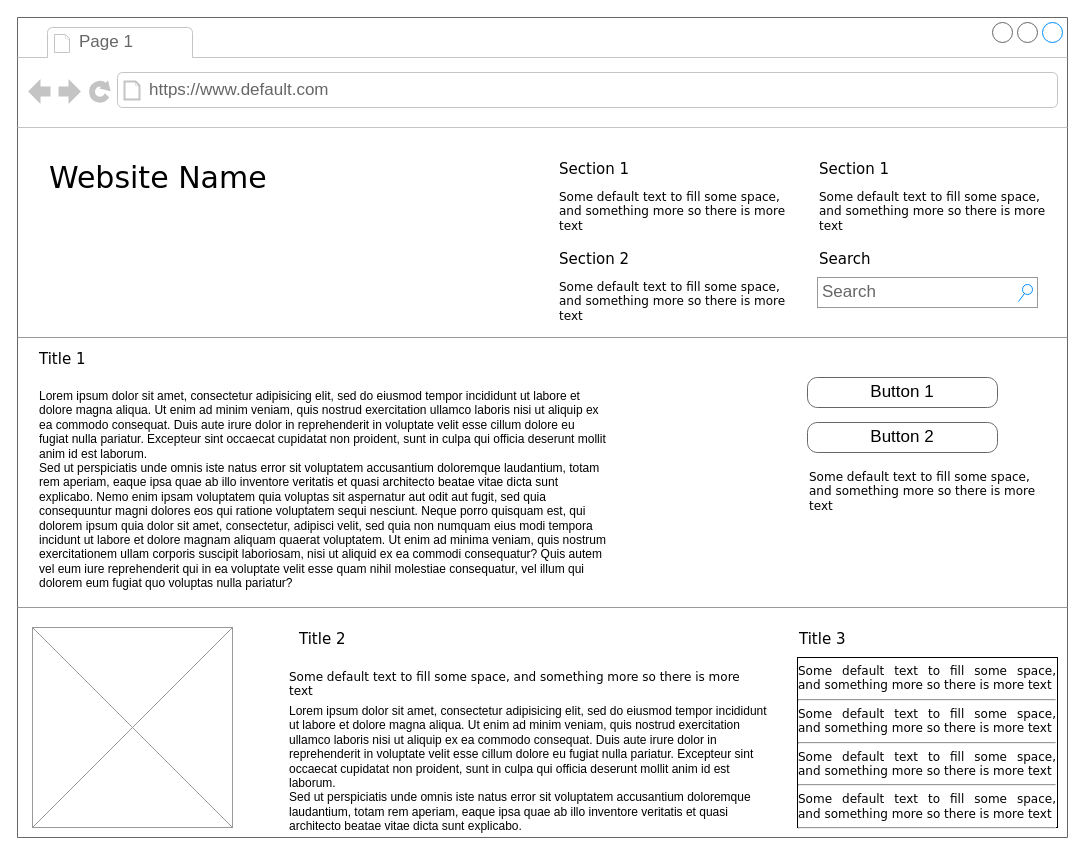
Before: TipToeSalesWireFrame.drawio in Sinarity/TAFE, a draw.io diagram. Source tidied: cells renumbered, new cells numbered last; positions are measured from the earlier drawing's top-left corner, leaving out a move shared by most shapes. Both pictures are drawn from the tidied source at 100%, with x=0, y=0 at pixel (17, 17).
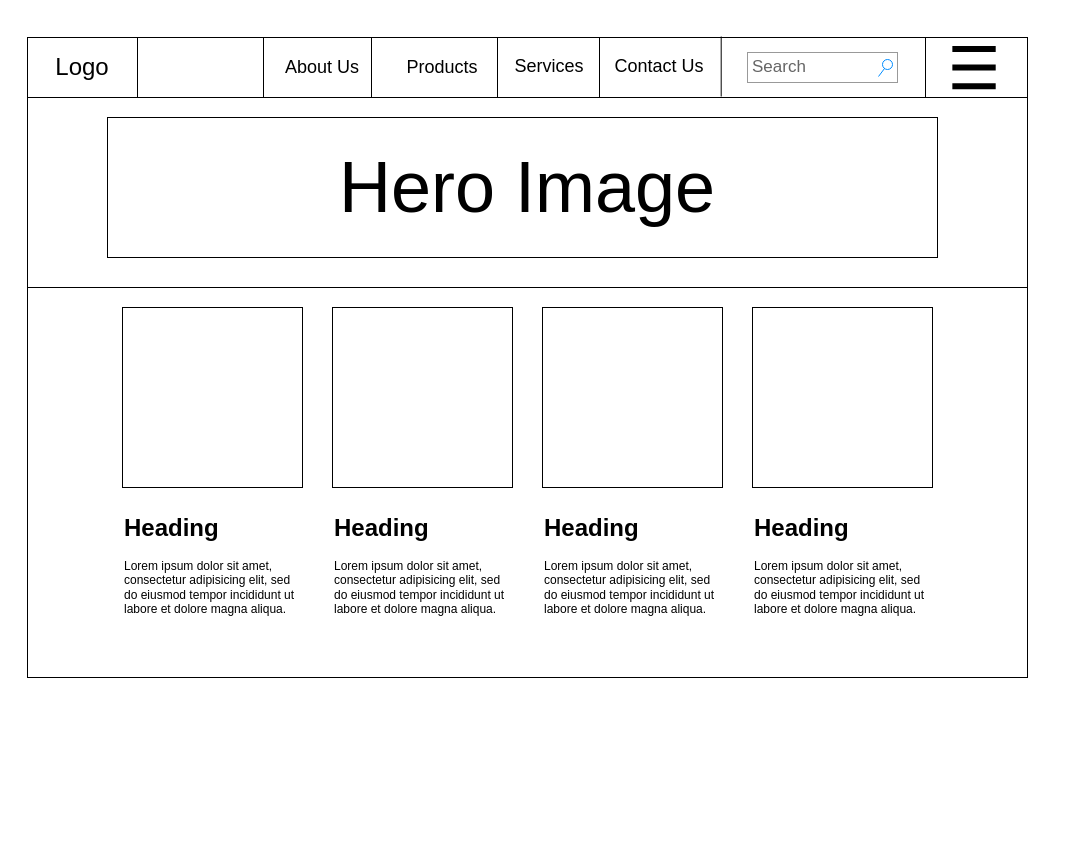
Above is the later version.

Diff of the diagram source:
```diff
@@
-    <mxCell id="2" style="strokeWidth=1;shadow=0;dashed=0;align=center;html=1;shape=mxgraph.mockup.containers.browserWindow;rSize=0;strokeColor=#666666;mainText=,;rounded=0;labelBackgroundColor=none;fontFamily=Verdana;fontSize=12;" parent="1" vertex="1">
-      <mxGeometry width="1050" height="820" as="geometry" />
-    </mxCell>
-    <mxCell id="3" value="Page 1" style="strokeWidth=1;shadow=0;dashed=0;align=center;html=1;shape=mxgraph.mockup.containers.anchor;fontSize=17;fontColor=#666666;align=left;" parent="2" vertex="1">
-      <mxGeometry x="60" y="12" width="110" height="26" as="geometry" />
-    </mxCell>
-    <mxCell id="4" value="https://www.default.com" style="strokeWidth=1;shadow=0;dashed=0;align=center;html=1;shape=mxgraph.mockup.containers.anchor;rSize=0;fontSize=17;fontColor=#666666;align=left;" parent="2" vertex="1">
-      <mxGeometry x="130" y="60" width="250" height="26" as="geometry" />
-    </mxCell>
-    <mxCell id="5" value="Website Name" style="text;html=1;align=left;verticalAlign=top;spacingTop=-4;fontSize=30;fontFamily=Verdana;" parent="2" vertex="1">
-      <mxGeometry x="30" y="140" width="340" height="50" as="geometry" />
-    </mxCell>
-    <mxCell id="6" value="Section 1" style="text;html=1;align=left;verticalAlign=top;spacingTop=-4;fontSize=15;fontFamily=Verdana;" parent="2" vertex="1">
-      <mxGeometry x="540" y="140" width="170" height="30" as="geometry" />
-    </mxCell>
-    <mxCell id="7" value="Some default text to fill some space, and&amp;nbsp;&lt;span&gt;something more so there is more text&lt;/span&gt;" style="text;html=1;align=left;verticalAlign=top;spacingTop=-4;fontSize=12;fontFamily=Verdana;whiteSpace=wrap;" parent="2" vertex="1">
-      <mxGeometry x="540" y="170" width="240" height="40" as="geometry" />
-    </mxCell>
-    <mxCell id="8" value="Section 2" style="text;html=1;align=left;verticalAlign=top;spacingTop=-4;fontSize=15;fontFamily=Verdana;" parent="2" vertex="1">
-      <mxGeometry x="540" y="230" width="170" height="30" as="geometry" />
-    </mxCell>
-    <mxCell id="9" value="Some default text to fill some space, and&amp;nbsp;&lt;span&gt;something more so there is more text&lt;/span&gt;" style="text;html=1;align=left;verticalAlign=top;spacingTop=-4;fontSize=12;fontFamily=Verdana;whiteSpace=wrap;" parent="2" vertex="1">
-      <mxGeometry x="540" y="260" width="240" height="40" as="geometry" />
-    </mxCell>
-    <mxCell id="10" value="Section 1" style="text;html=1;align=left;verticalAlign=top;spacingTop=-4;fontSize=15;fontFamily=Verdana;" parent="2" vertex="1">
-      <mxGeometry x="800" y="140" width="170" height="30" as="geometry" />
-    </mxCell>
-    <mxCell id="11" value="Some default text to fill some space, and&amp;nbsp;&lt;span&gt;something more so there is more text&lt;/span&gt;" style="text;html=1;align=left;verticalAlign=top;spacingTop=-4;fontSize=12;fontFamily=Verdana;whiteSpace=wrap;" parent="2" vertex="1">
-      <mxGeometry x="800" y="170" width="240" height="40" as="geometry" />
-    </mxCell>
-    <mxCell id="12" value="Search" style="text;html=1;align=left;verticalAlign=top;spacingTop=-4;fontSize=15;fontFamily=Verdana;" parent="2" vertex="1">
-      <mxGeometry x="800" y="230" width="170" height="30" as="geometry" />
-    </mxCell>
-    <mxCell id="13" value="Search" style="strokeWidth=1;shadow=0;dashed=0;align=center;html=1;shape=mxgraph.mockup.forms.searchBox;strokeColor=#999999;mainText=;strokeColor2=#008cff;fontColor=#666666;fontSize=17;align=left;spacingLeft=3;rounded=0;labelBackgroundColor=none;" parent="2" vertex="1">
-      <mxGeometry x="800" y="260" width="220" height="30" as="geometry" />
-    </mxCell>
-    <mxCell id="14" style="verticalLabelPosition=bottom;shadow=0;dashed=0;align=center;html=1;verticalAlign=top;strokeWidth=1;shape=mxgraph.mockup.markup.line;strokeColor=#999999;rounded=0;labelBackgroundColor=none;fillColor=#ffffff;fontFamily=Verdana;fontSize=12;fontColor=#000000;" parent="2" vertex="1">
-      <mxGeometry y="310" width="1050" height="20" as="geometry" />
-    </mxCell>
-    <mxCell id="15" value="Title 1" style="text;html=1;align=left;verticalAlign=top;spacingTop=-4;fontSize=15;fontFamily=Verdana;" parent="2" vertex="1">
-      <mxGeometry x="20" y="330" width="170" height="30" as="geometry" />
-    </mxCell>
-    <mxCell id="16" value="Lorem ipsum dolor sit amet, consectetur adipisicing elit, sed do eiusmod tempor incididunt ut labore et dolore magna aliqua. Ut enim ad minim veniam, quis nostrud exercitation ullamco laboris nisi ut aliquip ex ea commodo consequat. Duis aute irure dolor in reprehenderit in voluptate velit esse cillum dolore eu fugiat nulla pariatur. Excepteur sint occaecat cupidatat non proident, sunt in culpa qui officia deserunt mollit anim id est laborum.&#10;Sed ut perspiciatis unde omnis iste natus error sit voluptatem accusantium doloremque laudantium, totam rem aperiam, eaque ipsa quae ab illo inventore veritatis et quasi architecto beatae vitae dicta sunt explicabo. Nemo enim ipsam voluptatem quia voluptas sit aspernatur aut odit aut fugit, sed quia consequuntur magni dolores eos qui ratione voluptatem sequi nesciunt. Neque porro quisquam est, qui dolorem ipsum quia dolor sit amet, consectetur, adipisci velit, sed quia non numquam eius modi tempora incidunt ut labore et dolore magnam aliquam quaerat voluptatem. Ut enim ad minima veniam, quis nostrum exercitationem ullam corporis suscipit laboriosam, nisi ut aliquid ex ea commodi consequatur? Quis autem vel eum iure reprehenderit qui in ea voluptate velit esse quam nihil molestiae consequatur, vel illum qui dolorem eum fugiat quo voluptas nulla pariatur?" style="text;spacingTop=-5;whiteSpace=wrap;html=1;align=left;fontSize=12;fontFamily=Helvetica;fillColor=none;strokeColor=none;rounded=0;shadow=1;labelBackgroundColor=none;" parent="2" vertex="1">
-      <mxGeometry x="20" y="370" width="570" height="240" as="geometry" />
-    </mxCell>
-    <mxCell id="17" value="Button 1" style="strokeWidth=1;shadow=0;dashed=0;align=center;html=1;shape=mxgraph.mockup.buttons.button;strokeColor=#666666;mainText=;buttonStyle=round;fontSize=17;fontStyle=0;fillColor=none;whiteSpace=wrap;rounded=0;labelBackgroundColor=none;" parent="2" vertex="1">
-      <mxGeometry x="790" y="360" width="190" height="30" as="geometry" />
-    </mxCell>
-    <mxCell id="18" value="Button 2" style="strokeWidth=1;shadow=0;dashed=0;align=center;html=1;shape=mxgraph.mockup.buttons.button;strokeColor=#666666;mainText=;buttonStyle=round;fontSize=17;fontStyle=0;fillColor=none;whiteSpace=wrap;rounded=0;labelBackgroundColor=none;" parent="2" vertex="1">
-      <mxGeometry x="790" y="405" width="190" height="30" as="geometry" />
-    </mxCell>
-    <mxCell id="19" value="Some default text to fill some space, and&amp;nbsp;&lt;span&gt;something more so there is more text&lt;/span&gt;" style="text;html=1;align=left;verticalAlign=top;spacingTop=-4;fontSize=12;fontFamily=Verdana;whiteSpace=wrap;" parent="2" vertex="1">
-      <mxGeometry x="790" y="450" width="240" height="40" as="geometry" />
-    </mxCell>
-    <mxCell id="20" style="verticalLabelPosition=bottom;shadow=0;dashed=0;align=center;html=1;verticalAlign=top;strokeWidth=1;shape=mxgraph.mockup.markup.line;strokeColor=#999999;rounded=0;labelBackgroundColor=none;fillColor=#ffffff;fontFamily=Verdana;fontSize=12;fontColor=#000000;" parent="2" vertex="1">
-      <mxGeometry y="580" width="1050" height="20" as="geometry" />
-    </mxCell>
-    <mxCell id="21" style="verticalLabelPosition=bottom;shadow=0;dashed=0;align=center;html=1;verticalAlign=top;strokeWidth=1;shape=mxgraph.mockup.graphics.simpleIcon;strokeColor=#999999;fillColor=#ffffff;rounded=0;labelBackgroundColor=none;fontFamily=Verdana;fontSize=12;fontColor=#000000;" parent="2" vertex="1">
-      <mxGeometry x="15" y="610" width="200" height="200" as="geometry" />
-    </mxCell>
-    <mxCell id="22" value="Title 2" style="text;html=1;align=left;verticalAlign=top;spacingTop=-4;fontSize=15;fontFamily=Verdana;" parent="2" vertex="1">
-      <mxGeometry x="280" y="610" width="170" height="30" as="geometry" />
-    </mxCell>
-    <mxCell id="23" value="Title 3" style="text;html=1;align=left;verticalAlign=top;spacingTop=-4;fontSize=15;fontFamily=Verdana;" parent="2" vertex="1">
-      <mxGeometry x="780" y="610" width="170" height="30" as="geometry" />
-    </mxCell>
-    <mxCell id="24" value="&lt;div style=&quot;text-align: justify&quot;&gt;&lt;span&gt;Some default text to fill some space, and&amp;nbsp;&lt;/span&gt;&lt;span&gt;something more so there is more text&lt;/span&gt;&lt;/div&gt;&lt;div style=&quot;text-align: justify&quot;&gt;&lt;hr id=&quot;null&quot; style=&quot;text-align: justify&quot;&gt;&lt;span&gt;&lt;div style=&quot;text-align: justify&quot;&gt;&lt;span&gt;Some default text to fill some space, and&amp;nbsp;&lt;/span&gt;&lt;span&gt;something more so there is more text&lt;/span&gt;&lt;/div&gt;&lt;/span&gt;&lt;/div&gt;&lt;hr id=&quot;null&quot; style=&quot;text-align: justify&quot;&gt;&lt;span&gt;&lt;div style=&quot;text-align: justify&quot;&gt;&lt;span&gt;Some default text to fill some space, and&amp;nbsp;&lt;/span&gt;&lt;span&gt;something more so there is more text&lt;/span&gt;&lt;/div&gt;&lt;/span&gt;&lt;hr id=&quot;null&quot; style=&quot;text-align: justify&quot;&gt;&lt;span&gt;&lt;div style=&quot;text-align: justify&quot;&gt;&lt;span&gt;Some default text to fill some space, and&amp;nbsp;&lt;/span&gt;&lt;span&gt;something more so there is more text&lt;/span&gt;&lt;/div&gt;&lt;/span&gt;&lt;hr id=&quot;null&quot; style=&quot;text-align: left&quot;&gt;" style="whiteSpace=wrap;html=1;rounded=0;shadow=0;labelBackgroundColor=none;strokeWidth=1;fontFamily=Verdana;fontSize=12;align=center;verticalAlign=top;" parent="2" vertex="1">
-      <mxGeometry x="780" y="640" width="260" height="170" as="geometry" />
-    </mxCell>
-    <mxCell id="25" value="Some default text to fill some space, and&amp;nbsp;&lt;span&gt;something more so there is more text&lt;/span&gt;" style="text;html=1;align=left;verticalAlign=top;spacingTop=-4;fontSize=12;fontFamily=Verdana;whiteSpace=wrap;" parent="2" vertex="1">
-      <mxGeometry x="270" y="650" width="470" height="40" as="geometry" />
-    </mxCell>
-    <mxCell id="26" value="Lorem ipsum dolor sit amet, consectetur adipisicing elit, sed do eiusmod tempor incididunt ut labore et dolore magna aliqua. Ut enim ad minim veniam, quis nostrud exercitation ullamco laboris nisi ut aliquip ex ea commodo consequat. Duis aute irure dolor in reprehenderit in voluptate velit esse cillum dolore eu fugiat nulla pariatur. Excepteur sint occaecat cupidatat non proident, sunt in culpa qui officia deserunt mollit anim id est laborum.&lt;br&gt;Sed ut perspiciatis unde omnis iste natus error sit voluptatem accusantium doloremque laudantium, totam rem aperiam, eaque ipsa quae ab illo inventore veritatis et quasi architecto beatae vitae dicta sunt explicabo.&amp;nbsp;" style="text;spacingTop=-5;whiteSpace=wrap;html=1;align=left;fontSize=12;fontFamily=Helvetica;fillColor=none;strokeColor=none;rounded=0;shadow=1;labelBackgroundColor=none;" parent="1" vertex="1">
-      <mxGeometry x="270" y="685" width="490" height="125" as="geometry" />
-    </mxCell>
+    <mxCell id="27" style="rounded=0;whiteSpace=wrap;html=1;" parent="1" vertex="1">
+      <mxGeometry x="10" y="20" width="1000" height="640" as="geometry" />
+    </mxCell>
+    <mxCell id="28" style="rounded=0;whiteSpace=wrap;html=1;" parent="1" vertex="1">
+      <mxGeometry x="10" y="20" width="1000" height="60" as="geometry" />
+    </mxCell>
+    <mxCell id="29" style="shape=process;whiteSpace=wrap;html=1;backgroundOutline=1;size=0.35135135135135137;fillColor=none;" parent="1" vertex="1">
+      <mxGeometry x="120" y="20" width="360" height="60" as="geometry" />
+    </mxCell>
+    <mxCell id="30" value="&lt;font style=&quot;font-size: 24px;&quot;&gt;Logo&lt;/font&gt;" style="text;html=1;align=center;verticalAlign=middle;whiteSpace=wrap;rounded=0;" parent="1" vertex="1">
+      <mxGeometry x="10" y="20" width="110" height="60" as="geometry" />
+    </mxCell>
+    <mxCell id="31" style="rounded=0;whiteSpace=wrap;html=1;fillColor=none;" parent="1" vertex="1">
+      <mxGeometry x="10" y="80" width="1000" height="190" as="geometry" />
+    </mxCell>
+    <mxCell id="32" style="shape=process;whiteSpace=wrap;html=1;backgroundOutline=1;fillColor=none;size=0.19230769230769232;" parent="1" vertex="1">
+      <mxGeometry x="480" y="20" width="530" height="60" as="geometry" />
+    </mxCell>
+    <mxCell id="33" value="&lt;font style=&quot;font-size: 18px;&quot;&gt;About Us&lt;/font&gt;" style="text;html=1;align=center;verticalAlign=middle;whiteSpace=wrap;rounded=0;" parent="1" vertex="1">
+      <mxGeometry x="245" y="20" width="120" height="60" as="geometry" />
+    </mxCell>
+    <mxCell id="34" value="&lt;font style=&quot;font-size: 18px;&quot;&gt;Products&lt;/font&gt;" style="text;html=1;align=center;verticalAlign=middle;whiteSpace=wrap;rounded=0;" parent="1" vertex="1">
+      <mxGeometry x="365" y="20" width="120" height="60" as="geometry" />
+    </mxCell>
+    <mxCell id="35" value="&lt;font style=&quot;font-size: 18px;&quot;&gt;Services&lt;/font&gt;" style="text;html=1;align=center;verticalAlign=middle;whiteSpace=wrap;rounded=0;" parent="1" vertex="1">
+      <mxGeometry x="477" y="19" width="110" height="60" as="geometry" />
+    </mxCell>
+    <mxCell id="36" value="&lt;font style=&quot;font-size: 18px;&quot;&gt;Contact Us&lt;/font&gt;" style="text;html=1;align=center;verticalAlign=middle;whiteSpace=wrap;rounded=0;" parent="1" vertex="1">
+      <mxGeometry x="587" y="19" width="110" height="60" as="geometry" />
+    </mxCell>
+    <mxCell id="37" style="endArrow=none;html=1;rounded=0;" parent="1" edge="1">
+      <mxGeometry relative="1" as="geometry">
+        <mxPoint x="703.7" y="79" as="sourcePoint" />
+        <mxPoint x="703.7" y="19" as="targetPoint" />
+      </mxGeometry>
+    </mxCell>
+    <mxCell id="38" value="Search" style="strokeWidth=1;shadow=0;dashed=0;align=center;html=1;shape=mxgraph.mockup.forms.searchBox;strokeColor=#999999;mainText=;strokeColor2=#008cff;fontColor=#666666;fontSize=17;align=left;spacingLeft=3;whiteSpace=wrap;" parent="1" vertex="1">
+      <mxGeometry x="730" y="35" width="150" height="30" as="geometry" />
+    </mxCell>
+    <mxCell id="39" style="html=1;verticalLabelPosition=bottom;align=center;labelBackgroundColor=#ffffff;verticalAlign=top;strokeWidth=6;strokeColor=default;shadow=0;dashed=0;shape=mxgraph.ios7.icons.most_viewed;perimeterSpacing=0;" parent="1" vertex="1">
+      <mxGeometry x="920" y="26.5" width="58.2" height="47.1" as="geometry" />
+    </mxCell>
+    <mxCell id="40" style="whiteSpace=wrap;html=1;" parent="1" vertex="1">
+      <mxGeometry x="105" y="290" width="180" height="180" as="geometry" />
+    </mxCell>
+    <mxCell id="41" value="&lt;h1 style=&quot;margin-top: 0px;&quot;&gt;Heading&lt;/h1&gt;&lt;p&gt;Lorem ipsum dolor sit amet, consectetur adipisicing elit, sed do eiusmod tempor incididunt ut labore et dolore magna aliqua.&lt;/p&gt;" style="text;html=1;whiteSpace=wrap;overflow=hidden;rounded=0;" parent="1" vertex="1">
+      <mxGeometry x="105" y="490" width="180" height="120" as="geometry" />
+    </mxCell>
+    <mxCell id="42" value="&lt;h1 style=&quot;margin-top: 0px;&quot;&gt;Heading&lt;/h1&gt;&lt;p&gt;Lorem ipsum dolor sit amet, consectetur adipisicing elit, sed do eiusmod tempor incididunt ut labore et dolore magna aliqua.&lt;/p&gt;" style="text;html=1;whiteSpace=wrap;overflow=hidden;rounded=0;" parent="1" vertex="1">
+      <mxGeometry x="315" y="490" width="180" height="120" as="geometry" />
+    </mxCell>
+    <mxCell id="43" style="whiteSpace=wrap;html=1;" parent="1" vertex="1">
+      <mxGeometry x="315" y="290" width="180" height="180" as="geometry" />
+    </mxCell>
+    <mxCell id="44" style="whiteSpace=wrap;html=1;" parent="1" vertex="1">
+      <mxGeometry x="525" y="290" width="180" height="180" as="geometry" />
+    </mxCell>
+    <mxCell id="45" value="&lt;h1 style=&quot;margin-top: 0px;&quot;&gt;Heading&lt;/h1&gt;&lt;p&gt;Lorem ipsum dolor sit amet, consectetur adipisicing elit, sed do eiusmod tempor incididunt ut labore et dolore magna aliqua.&lt;/p&gt;" style="text;html=1;whiteSpace=wrap;overflow=hidden;rounded=0;" parent="1" vertex="1">
+      <mxGeometry x="525" y="490" width="180" height="120" as="geometry" />
+    </mxCell>
+    <mxCell id="46" style="whiteSpace=wrap;html=1;" parent="1" vertex="1">
+      <mxGeometry x="735" y="290" width="180" height="180" as="geometry" />
+    </mxCell>
+    <mxCell id="47" value="&lt;h1 style=&quot;margin-top: 0px;&quot;&gt;Heading&lt;/h1&gt;&lt;p&gt;Lorem ipsum dolor sit amet, consectetur adipisicing elit, sed do eiusmod tempor incididunt ut labore et dolore magna aliqua.&lt;/p&gt;" style="text;html=1;whiteSpace=wrap;overflow=hidden;rounded=0;" parent="1" vertex="1">
+      <mxGeometry x="735" y="490" width="180" height="120" as="geometry" />
+    </mxCell>
+    <mxCell id="48" style="rounded=0;whiteSpace=wrap;html=1;" parent="1" vertex="1">
+      <mxGeometry x="90" y="100" width="830" height="140" as="geometry" />
+    </mxCell>
+    <mxCell id="49" value="&lt;font style=&quot;font-size: 72px;&quot;&gt;Hero Image&lt;/font&gt;" style="text;html=1;align=center;verticalAlign=middle;whiteSpace=wrap;rounded=0;" parent="1" vertex="1">
+      <mxGeometry x="320" y="120" width="380" height="100" as="geometry" />
+    </mxCell>
```
